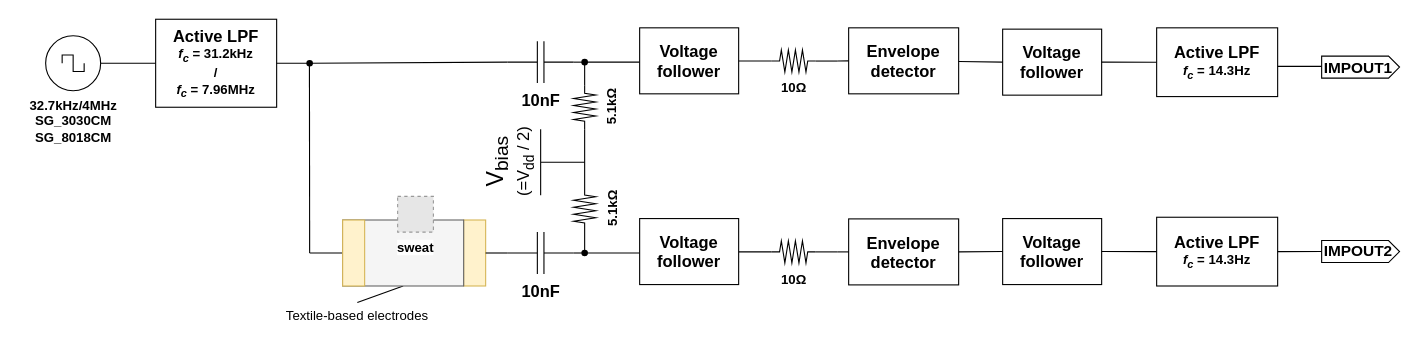
10matcho27/drawio_figure keeps this draw.io diagram as forIEEE Sensors.drawio. Above is the earlier version. Source tidied: cells renumbered, new cells numbered last; positions are measured from the earlier drawing's top-left corner, leaving out a move shared by most shapes. Both pictures are drawn from the tidied source at 110%, with x=0, y=0 at pixel (45, 19). Pictures stored in the file or linked from it are replaced by grey dashed boxes.
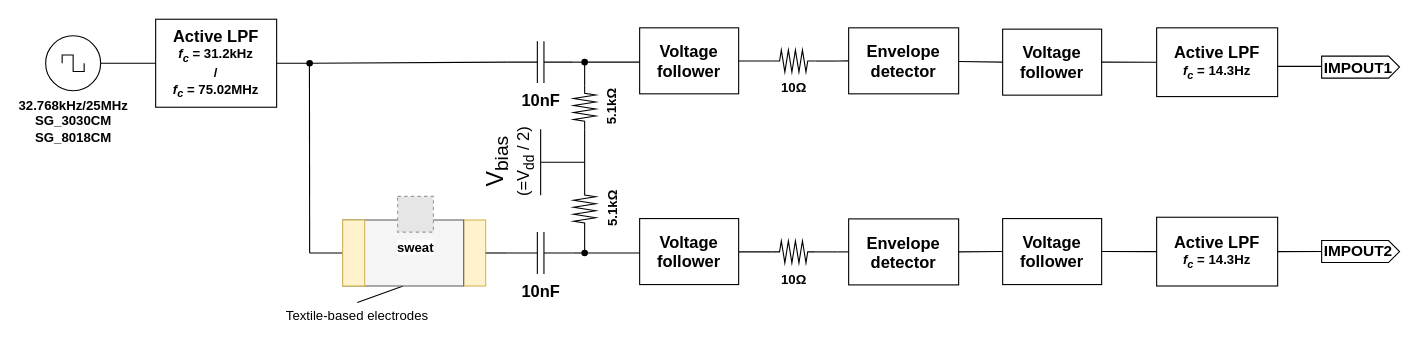
The same diagram, later.

Diff of the diagram source:
```diff
@@
-    <mxCell id="2" value="&lt;div&gt;&lt;b&gt;32.7kHz/4MHz&lt;br&gt;&lt;/b&gt;&lt;/div&gt;&lt;div&gt;&lt;b&gt;SG_3030CM&lt;/b&gt;&lt;/div&gt;&lt;div&gt;&lt;b&gt;SG_8018CM&lt;/b&gt;&lt;/div&gt;" style="verticalLabelPosition=bottom;shadow=0;dashed=0;align=center;html=1;verticalAlign=top;shape=mxgraph.electrical.signal_sources.source;points=[[0.5,0,0],[1,0.5,0],[0.5,1,0],[0,0.5,0]];elSignalType=square;" parent="1" vertex="1">
+    <mxCell id="2" value="&lt;div&gt;&lt;b&gt;32.768kHz/25MHz&lt;br&gt;&lt;/b&gt;&lt;/div&gt;&lt;div&gt;&lt;b&gt;SG_3030CM&lt;/b&gt;&lt;/div&gt;&lt;div&gt;&lt;b&gt;SG_8018CM&lt;/b&gt;&lt;/div&gt;" style="verticalLabelPosition=bottom;shadow=0;dashed=0;align=center;html=1;verticalAlign=top;shape=mxgraph.electrical.signal_sources.source;points=[[0.5,0,0],[1,0.5,0],[0.5,1,0],[0,0.5,0]];elSignalType=square;" parent="1" vertex="1">
       <mxGeometry y="15" width="50" height="50" as="geometry" />
     </mxCell>
-    <mxCell id="3" value="&lt;div&gt;&lt;font size=&quot;1&quot;&gt;&lt;b style=&quot;font-size: 15px&quot;&gt;Active LPF&lt;/b&gt;&lt;/font&gt;&lt;/div&gt;&lt;div&gt;&lt;b&gt;&lt;i&gt;f&lt;sub&gt;c&lt;/sub&gt;&lt;/i&gt; = 31.2kHz&lt;/b&gt;&lt;/div&gt;&lt;div&gt;&lt;b&gt;/&lt;/b&gt;&lt;/div&gt;&lt;div&gt;&lt;b&gt;&lt;i&gt;f&lt;sub&gt;c&lt;/sub&gt;&lt;/i&gt; = 7.96MHz&lt;/b&gt;&lt;b&gt;&lt;/b&gt;&lt;/div&gt;" style="whiteSpace=wrap;html=1;" parent="1" vertex="1">
+    <mxCell id="3" value="&lt;div&gt;&lt;font size=&quot;1&quot;&gt;&lt;b style=&quot;font-size: 15px&quot;&gt;Active LPF&lt;/b&gt;&lt;/font&gt;&lt;/div&gt;&lt;div&gt;&lt;b&gt;&lt;i&gt;f&lt;sub&gt;c&lt;/sub&gt;&lt;/i&gt; = 31.2kHz&lt;/b&gt;&lt;/div&gt;&lt;div&gt;&lt;b&gt;/&lt;/b&gt;&lt;/div&gt;&lt;div&gt;&lt;b&gt;&lt;i&gt;f&lt;sub&gt;c&lt;/sub&gt;&lt;/i&gt; = 75.02MHz&lt;/b&gt;&lt;/div&gt;" style="whiteSpace=wrap;html=1;" parent="1" vertex="1">
       <mxGeometry x="100" width="110" height="80" as="geometry" />
     </mxCell>
```
